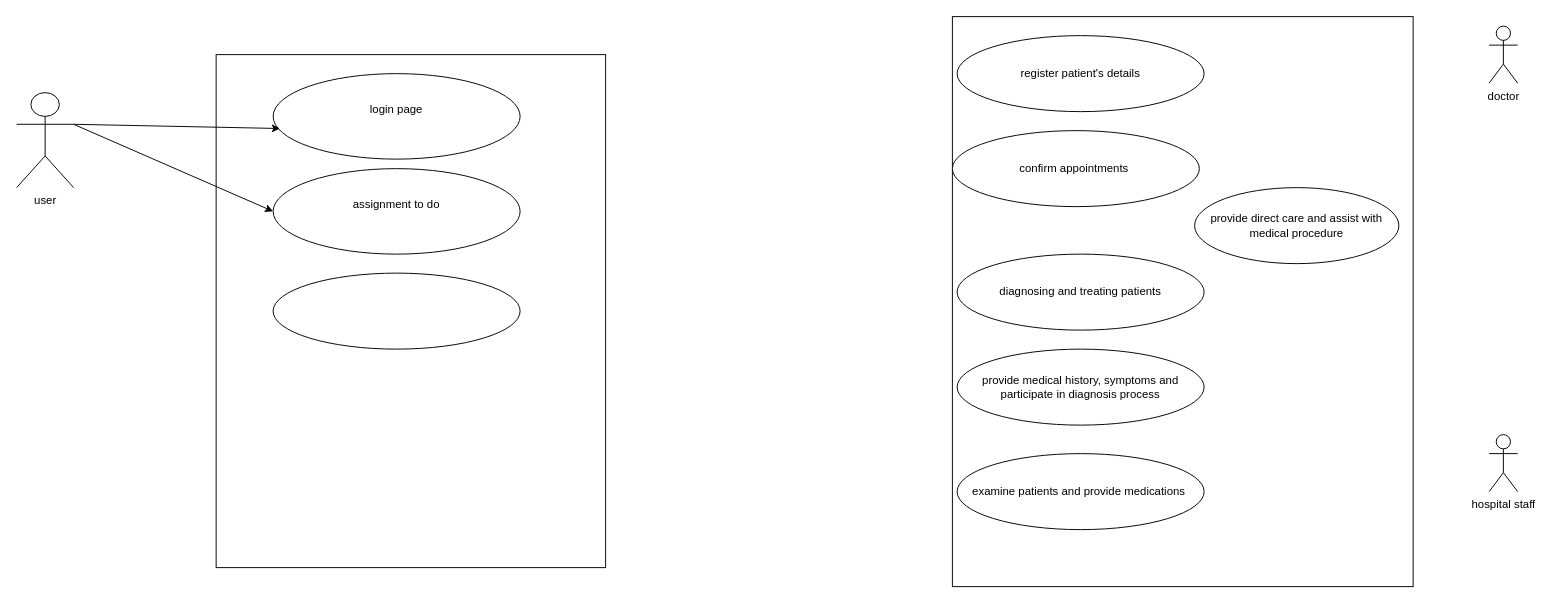
This is page "Page-4" (4 of 4) of Untitled Diagram.drawio from sophiyaprasain/System-Moodeling, a draw.io file, before an edit. Source tidied: cells renumbered, new cells numbered last; positions are measured from the earlier drawing's top-left corner, leaving out a move shared by most shapes. Both pictures are drawn from the tidied source at 95%, with x=0, y=0 at pixel (16, 16).
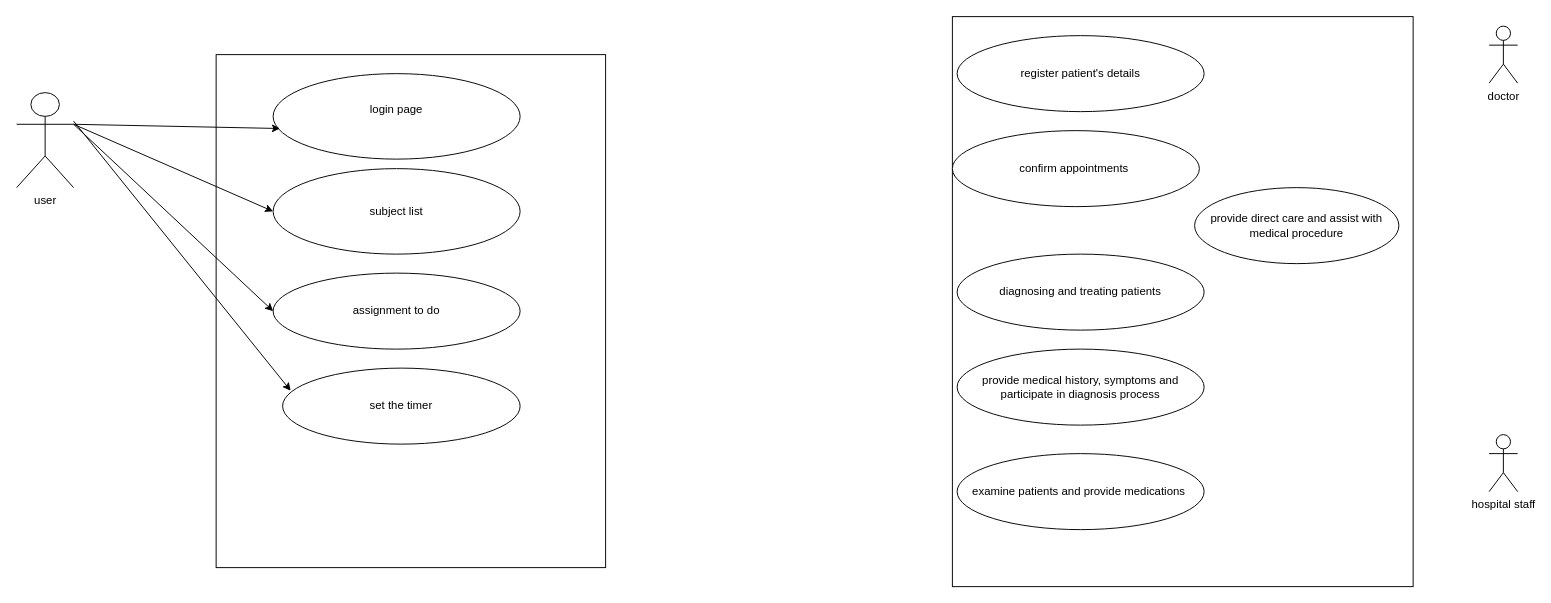
After the change.

Unchanged cells that the change refers to:
```xml
<mxCell id="5" value="user" style="shape=umlActor;verticalLabelPosition=bottom;verticalAlign=top;html=1;outlineConnect=0;" parent="1" vertex="1">
  <mxGeometry y="80" width="60" height="100" as="geometry" />
</mxCell>
```

What changed in the source:
```diff
@@
-    <mxCell id="14" value="assignment to do&lt;div&gt;&lt;br&gt;&lt;/div&gt;" style="ellipse;whiteSpace=wrap;html=1;" parent="1" vertex="1">
+    <mxCell id="14" value="&lt;div&gt;subject list&lt;/div&gt;" style="ellipse;whiteSpace=wrap;html=1;" parent="1" vertex="1">
       <mxGeometry x="270" y="160" width="260" height="90" as="geometry" />
     </mxCell>
-    <mxCell id="15" style="ellipse;whiteSpace=wrap;html=1;" parent="1" vertex="1">
+    <mxCell id="15" value="assignment to do" style="ellipse;whiteSpace=wrap;html=1;" parent="1" vertex="1">
       <mxGeometry x="270" y="270" width="260" height="80" as="geometry" />
     </mxCell>
@@
+    <mxCell id="18" style="endArrow=classic;html=1;rounded=0;exitX=1;exitY=0.3333333333333333;exitDx=0;exitDy=0;exitPerimeter=0;entryX=0;entryY=0.5;entryDx=0;entryDy=0;" parent="1" edge="1" source="5" target="15">
+      <mxGeometry relative="1" as="geometry" />
+    </mxCell>
+    <mxCell id="19" value="set the timer" style="ellipse;whiteSpace=wrap;html=1;" parent="1" vertex="1">
+      <mxGeometry x="280" y="370" width="250" height="80" as="geometry" />
+    </mxCell>
+    <mxCell id="20" style="endArrow=classic;html=1;rounded=0;entryX=0.034;entryY=0.298;entryDx=0;entryDy=0;entryPerimeter=0;" parent="1" edge="1" target="19">
+      <mxGeometry relative="1" as="geometry">
+        <mxPoint x="60" y="110" as="sourcePoint" />
+      </mxGeometry>
+    </mxCell>
```
